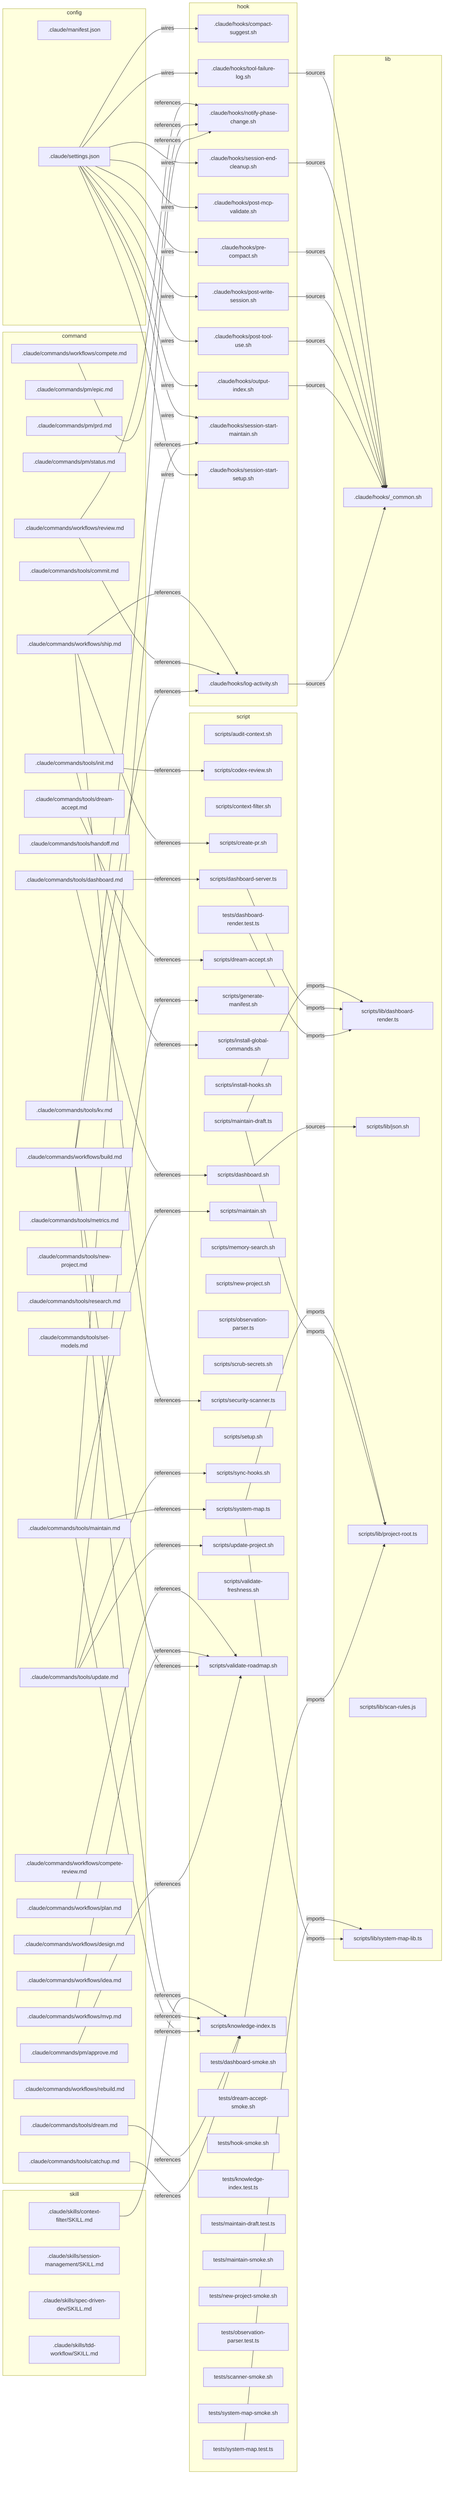
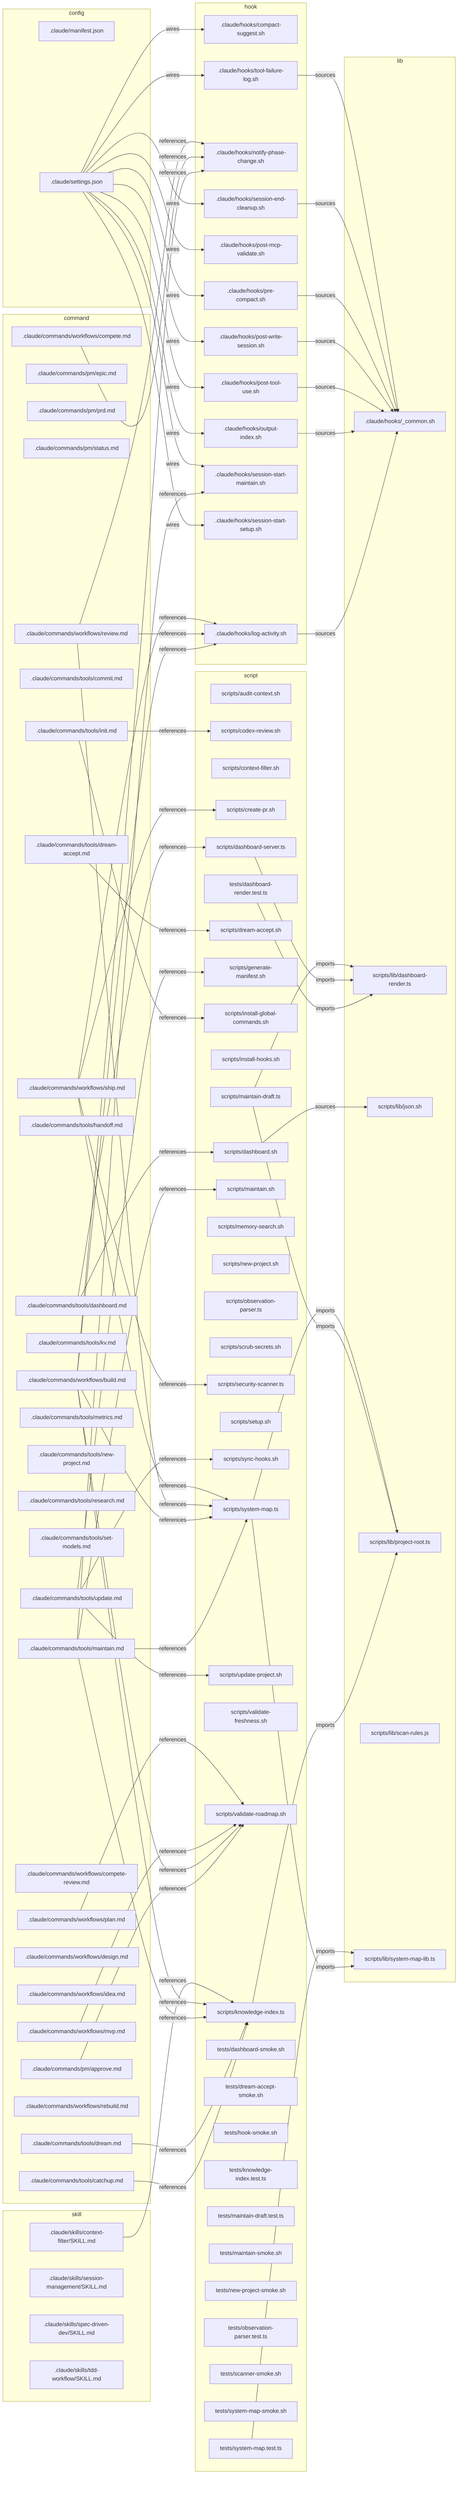
flowchart LR
  subgraph command
    c_pm_approve[".claude/commands/pm/approve.md"]
    c_pm_epic[".claude/commands/pm/epic.md"]
    c_pm_prd[".claude/commands/pm/prd.md"]
    c_pm_status[".claude/commands/pm/status.md"]
    c_tools_catchup[".claude/commands/tools/catchup.md"]
    c_tools_commit[".claude/commands/tools/commit.md"]
    c_tools_dashboard[".claude/commands/tools/dashboard.md"]
    c_tools_dream_accept[".claude/commands/tools/dream-accept.md"]
    c_tools_dream[".claude/commands/tools/dream.md"]
    c_tools_handoff[".claude/commands/tools/handoff.md"]
    c_tools_init[".claude/commands/tools/init.md"]
    c_tools_kv[".claude/commands/tools/kv.md"]
    c_tools_maintain[".claude/commands/tools/maintain.md"]
    c_tools_metrics[".claude/commands/tools/metrics.md"]
    c_tools_new_project[".claude/commands/tools/new-project.md"]
    c_tools_research[".claude/commands/tools/research.md"]
    c_tools_set_models[".claude/commands/tools/set-models.md"]
    c_tools_update[".claude/commands/tools/update.md"]
    c_workflows_build[".claude/commands/workflows/build.md"]
    c_workflows_compete_review[".claude/commands/workflows/compete-review.md"]
    c_workflows_compete[".claude/commands/workflows/compete.md"]
    c_workflows_design[".claude/commands/workflows/design.md"]
    c_workflows_idea[".claude/commands/workflows/idea.md"]
    c_workflows_mvp[".claude/commands/workflows/mvp.md"]
    c_workflows_plan[".claude/commands/workflows/plan.md"]
    c_workflows_rebuild[".claude/commands/workflows/rebuild.md"]
    c_workflows_review[".claude/commands/workflows/review.md"]
    c_workflows_ship[".claude/commands/workflows/ship.md"]
  end
  subgraph config
    cfg_manifest[".claude/manifest.json"]
    cfg_settings[".claude/settings.json"]
  end
  subgraph hook
    h_compact_suggest[".claude/hooks/compact-suggest.sh"]
    h_log_activity[".claude/hooks/log-activity.sh"]
    h_notify_phase_change[".claude/hooks/notify-phase-change.sh"]
    h_output_index[".claude/hooks/output-index.sh"]
    h_post_mcp_validate[".claude/hooks/post-mcp-validate.sh"]
    h_post_tool_use[".claude/hooks/post-tool-use.sh"]
    h_post_write_session[".claude/hooks/post-write-session.sh"]
    h_pre_compact[".claude/hooks/pre-compact.sh"]
    h_session_end_cleanup[".claude/hooks/session-end-cleanup.sh"]
    h_session_start_maintain[".claude/hooks/session-start-maintain.sh"]
    h_session_start_setup[".claude/hooks/session-start-setup.sh"]
    h_tool_failure_log[".claude/hooks/tool-failure-log.sh"]
  end
  subgraph lib
    l_common[".claude/hooks/_common.sh"]
    l_dashboard_render["scripts/lib/dashboard-render.ts"]
    l_json["scripts/lib/json.sh"]
    l_project_root["scripts/lib/project-root.ts"]
    l_scan_rules["scripts/lib/scan-rules.js"]
    l_system_map_lib["scripts/lib/system-map-lib.ts"]
  end
  subgraph script
    s_audit_context["scripts/audit-context.sh"]
    s_codex_review["scripts/codex-review.sh"]
    s_context_filter["scripts/context-filter.sh"]
    s_create_pr["scripts/create-pr.sh"]
    s_dashboard_server["scripts/dashboard-server.ts"]
    s_dashboard["scripts/dashboard.sh"]
    s_dream_accept["scripts/dream-accept.sh"]
    s_generate_manifest["scripts/generate-manifest.sh"]
    s_install_global_commands["scripts/install-global-commands.sh"]
    s_install_hooks["scripts/install-hooks.sh"]
    s_knowledge_index["scripts/knowledge-index.ts"]
    s_maintain_draft["scripts/maintain-draft.ts"]
    s_maintain["scripts/maintain.sh"]
    s_memory_search["scripts/memory-search.sh"]
    s_new_project["scripts/new-project.sh"]
    s_observation_parser["scripts/observation-parser.ts"]
    s_scrub_secrets["scripts/scrub-secrets.sh"]
    s_security_scanner["scripts/security-scanner.ts"]
    s_setup["scripts/setup.sh"]
    s_sync_hooks["scripts/sync-hooks.sh"]
    s_system_map["scripts/system-map.ts"]
    s_update_project["scripts/update-project.sh"]
    s_validate_freshness["scripts/validate-freshness.sh"]
    s_validate_roadmap["scripts/validate-roadmap.sh"]
    s_dashboard_render_test["tests/dashboard-render.test.ts"]
    s_dashboard_smoke["tests/dashboard-smoke.sh"]
    s_dream_accept_smoke["tests/dream-accept-smoke.sh"]
    s_hook_smoke["tests/hook-smoke.sh"]
    s_knowledge_index_test["tests/knowledge-index.test.ts"]
    s_maintain_draft_test["tests/maintain-draft.test.ts"]
    s_maintain_smoke["tests/maintain-smoke.sh"]
    s_new_project_smoke["tests/new-project-smoke.sh"]
    s_observation_parser_test["tests/observation-parser.test.ts"]
    s_scanner_smoke["tests/scanner-smoke.sh"]
    s_system_map_smoke["tests/system-map-smoke.sh"]
    s_system_map_test["tests/system-map.test.ts"]
  end
  subgraph skill
    sk_context_filter_skill[".claude/skills/context-filter/SKILL.md"]
    sk_session_management_skill[".claude/skills/session-management/SKILL.md"]
    sk_spec_driven_dev_skill[".claude/skills/spec-driven-dev/SKILL.md"]
    sk_tdd_workflow_skill[".claude/skills/tdd-workflow/SKILL.md"]
  end
  c_pm_approve -->|references| s_validate_roadmap
  c_tools_catchup -->|references| s_knowledge_index
  c_tools_dashboard -->|references| s_dashboard
  c_tools_dashboard -->|references| s_dashboard_server
  c_tools_dream -->|references| s_knowledge_index
  c_tools_dream_accept -->|references| s_dream_accept
  c_tools_init -->|references| s_codex_review
  c_tools_init -->|references| s_install_global_commands
  c_tools_maintain -->|references| h_session_start_maintain
  c_tools_maintain -->|references| s_knowledge_index
  c_tools_maintain -->|references| s_maintain
  c_tools_maintain -->|references| s_system_map
  c_tools_update -->|references| s_generate_manifest
  c_tools_update -->|references| s_sync_hooks
  c_tools_update -->|references| s_update_project
  c_workflows_build -->|references| h_log_activity
  c_workflows_build -->|references| h_notify_phase_change
  c_workflows_build -->|references| s_knowledge_index
+   c_workflows_build -->|references| s_system_map
  c_workflows_build -->|references| s_validate_roadmap
  c_workflows_compete -->|references| h_notify_phase_change
  c_workflows_mvp -->|references| s_validate_roadmap
  c_workflows_plan -->|references| s_validate_roadmap
  c_workflows_review -->|references| h_log_activity
  c_workflows_review -->|references| h_notify_phase_change
+   c_workflows_review -->|references| s_system_map
  c_workflows_ship -->|references| h_log_activity
  c_workflows_ship -->|references| s_create_pr
  c_workflows_ship -->|references| s_security_scanner
+   c_workflows_ship -->|references| s_system_map
  cfg_settings -->|wires| h_compact_suggest
  cfg_settings -->|wires| h_output_index
  cfg_settings -->|wires| h_post_mcp_validate
  cfg_settings -->|wires| h_post_tool_use
  cfg_settings -->|wires| h_post_write_session
  cfg_settings -->|wires| h_pre_compact
  cfg_settings -->|wires| h_session_end_cleanup
  cfg_settings -->|wires| h_session_start_maintain
  cfg_settings -->|wires| h_session_start_setup
  cfg_settings -->|wires| h_tool_failure_log
  h_log_activity -->|sources| l_common
  h_output_index -->|sources| l_common
  h_post_tool_use -->|sources| l_common
  h_post_write_session -->|sources| l_common
  h_pre_compact -->|sources| l_common
  h_session_end_cleanup -->|sources| l_common
  h_tool_failure_log -->|sources| l_common
  s_dashboard -->|sources| l_json
  s_dashboard_render_test -->|imports| l_dashboard_render
  s_dashboard_server -->|imports| l_dashboard_render
  s_knowledge_index -->|imports| l_project_root
  s_maintain_draft -->|imports| l_dashboard_render
  s_maintain_draft -->|imports| l_project_root
  s_system_map -->|imports| l_project_root
  s_system_map -->|imports| l_system_map_lib
  s_system_map_test -->|imports| l_system_map_lib
  sk_context_filter_skill -->|references| s_knowledge_index
